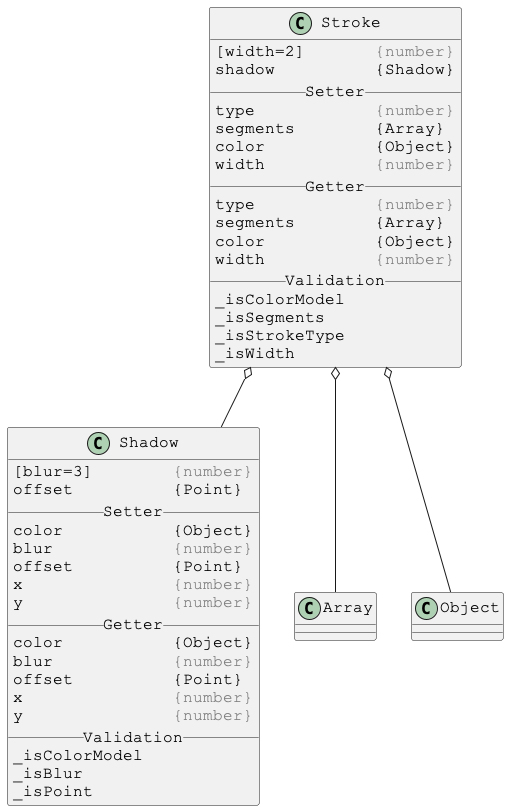
This is docs/PlantUml/images/linked/Stroke-linked.png from Justin-Byrne/canvasLab, a PlantUML export, as it was before one commit.
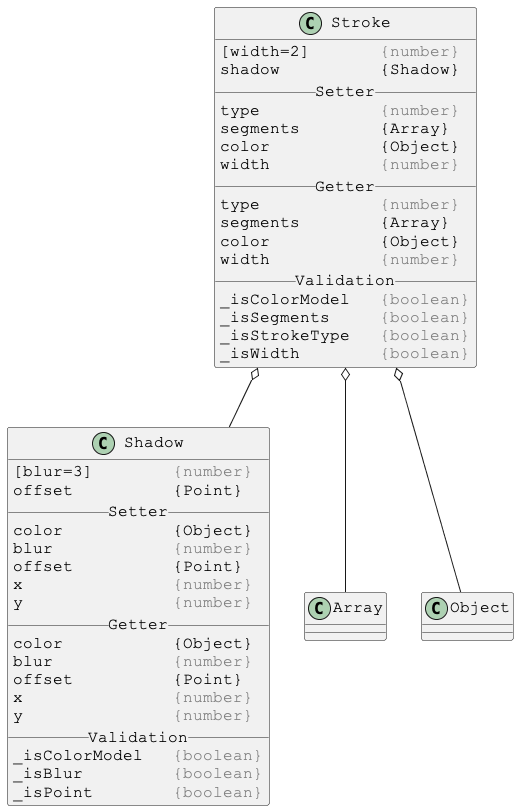
After the commit.

What changed in the source:
```diff
@@ -17,10 +17,10 @@
 color           {Object}
 width           <color:gray>{number}</color>
 __ Validation __
-_isColorModel
-_isSegments
-_isStrokeType
-_isWidth
+_isColorModel   <color:gray>{boolean}</color>
+_isSegments     <color:gray>{boolean}</color>
+_isStrokeType   <color:gray>{boolean}</color>
+_isWidth        <color:gray>{boolean}</color>
 }
 
 Stroke o-- Shadow
@@ -48,9 +48,9 @@
 x               <color:gray>{number}</color>
 y               <color:gray>{number}</color>
 __ Validation __
-_isColorModel
-_isBlur
-_isPoint
+_isColorModel   <color:gray>{boolean}</color>
+_isBlur         <color:gray>{boolean}</color>
+_isPoint        <color:gray>{boolean}</color>
 }
 
 @enduml
```
